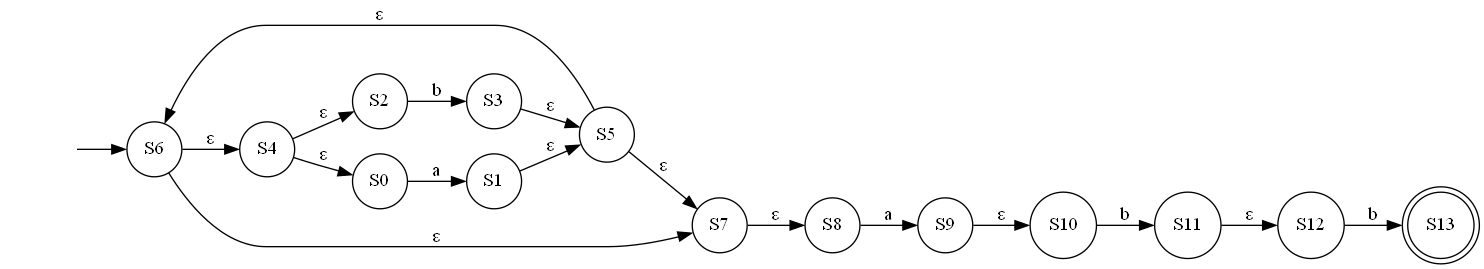
Before: NFA.gv.png, a diagram exported from Graphviz (youssefhassan01/Compilers_Assignment). Its source is kept beside it as NFA.gv.
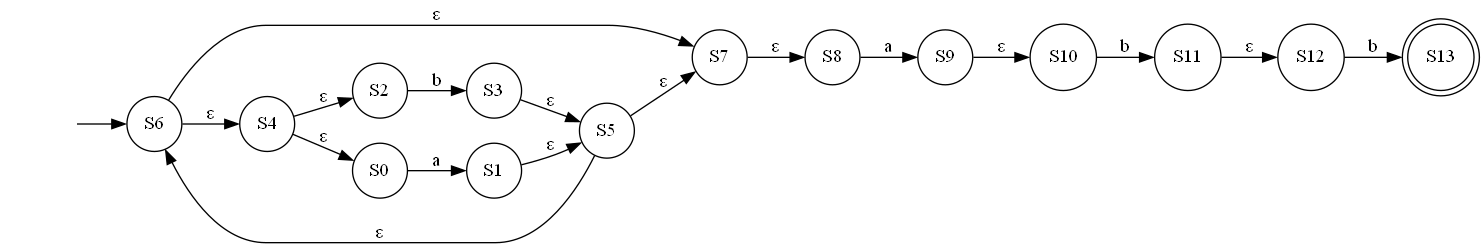
Above is the later version.

Change to the diagram source:
```diff
@@ -2,19 +2,19 @@
 	graph [rankdir=LR]
 	"" [label="" shape=plaintext]
 	S13 [label=S13 shape=doublecircle]
+	S6 [label=S6 shape=circle]
+	S7 [label=S7 shape=circle]
+	S12 [label=S12 shape=circle]
+	S3 [label=S3 shape=circle]
+	S5 [label=S5 shape=circle]
 	S2 [label=S2 shape=circle]
+	S10 [label=S10 shape=circle]
+	S9 [label=S9 shape=circle]
 	S1 [label=S1 shape=circle]
-	S6 [label=S6 shape=circle]
-	S12 [label=S12 shape=circle]
+	S8 [label=S8 shape=circle]
 	S4 [label=S4 shape=circle]
-	S8 [label=S8 shape=circle]
-	S7 [label=S7 shape=circle]
-	S10 [label=S10 shape=circle]
-	S5 [label=S5 shape=circle]
+	S0 [label=S0 shape=circle]
 	S11 [label=S11 shape=circle]
-	S0 [label=S0 shape=circle]
-	S3 [label=S3 shape=circle]
-	S9 [label=S9 shape=circle]
 	"" -> S6 [label=""]
 	S0 -> S1 [label=a]
 	S1 -> S5 [label="ε"]
```
